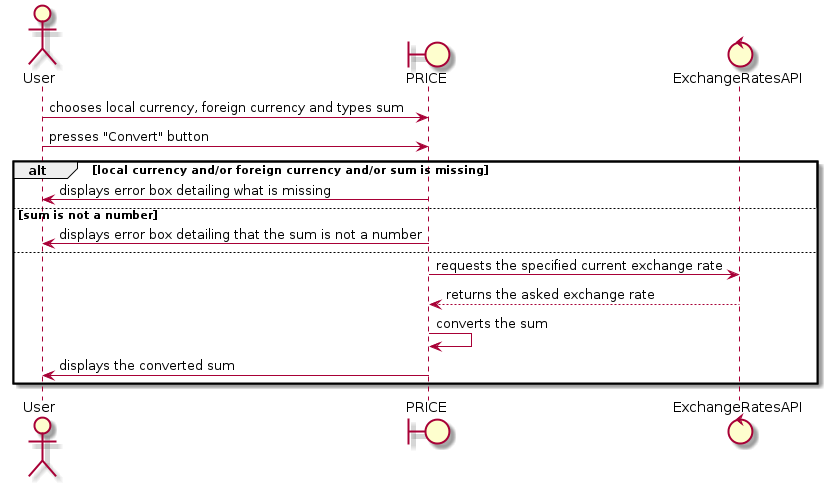
This is ConvertCurrenciesSequenceDiagram.png from adonisbodea02/BachelorThesis, a PlantUML export, as it was before one commit. The source it was exported from:
```plantuml
@startuml
actor User
boundary PRICE
control ExchangeRatesAPI
User -> PRICE: chooses local currency, foreign currency and types sum
User -> PRICE: presses "Convert" button
alt local currency and/or foreign currency and/or sum is missing
PRICE -> User: displays error box detailing what is missing
else sum is not a number
PRICE -> User: displays error box detailing that the sum is not a number
else
PRICE -> ExchangeRatesAPI: requests the specified current exchange rate
ExchangeRatesAPI --> PRICE: returns the asked exchange rate
PRICE -> PRICE: converts the sum
PRICE -> User: displays the converted sum
end
@enduml
```
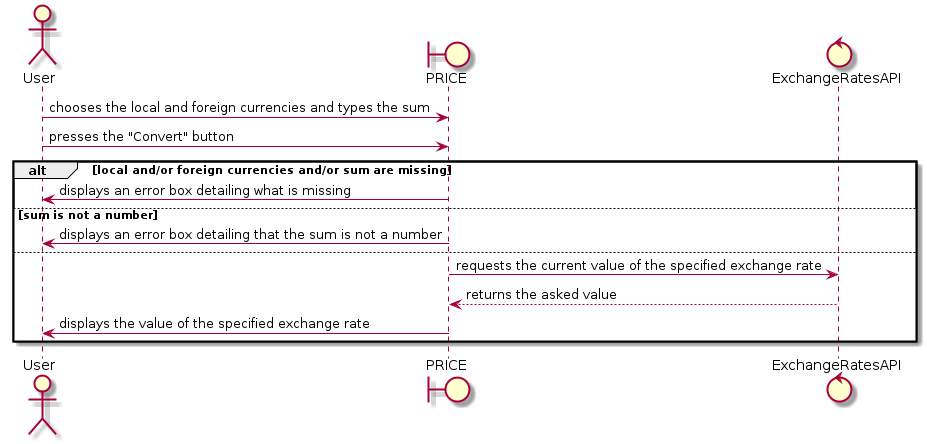
After the change.

The edit, as a diff of the source:
```diff
@@ -2,16 +2,15 @@
 actor User
 boundary PRICE
 control ExchangeRatesAPI
-User -> PRICE: chooses local currency, foreign currency and types sum
-User -> PRICE: presses "Convert" button
-alt local currency and/or foreign currency and/or sum is missing
-PRICE -> User: displays error box detailing what is missing
+User -> PRICE: chooses the local and foreign currencies and types the sum
+User -> PRICE: presses the "Convert" button
+alt local and/or foreign currencies and/or sum are missing
+PRICE -> User: displays an error box detailing what is missing
 else sum is not a number
-PRICE -> User: displays error box detailing that the sum is not a number
+PRICE -> User: displays an error box detailing that the sum is not a number
 else
-PRICE -> ExchangeRatesAPI: requests the specified current exchange rate
-ExchangeRatesAPI --> PRICE: returns the asked exchange rate
-PRICE -> PRICE: converts the sum
-PRICE -> User: displays the converted sum
+PRICE -> ExchangeRatesAPI: requests the current value of the specified exchange rate
+ExchangeRatesAPI --> PRICE: returns the asked value
+PRICE -> User: displays the value of the specified exchange rate
 end
 @enduml
```
